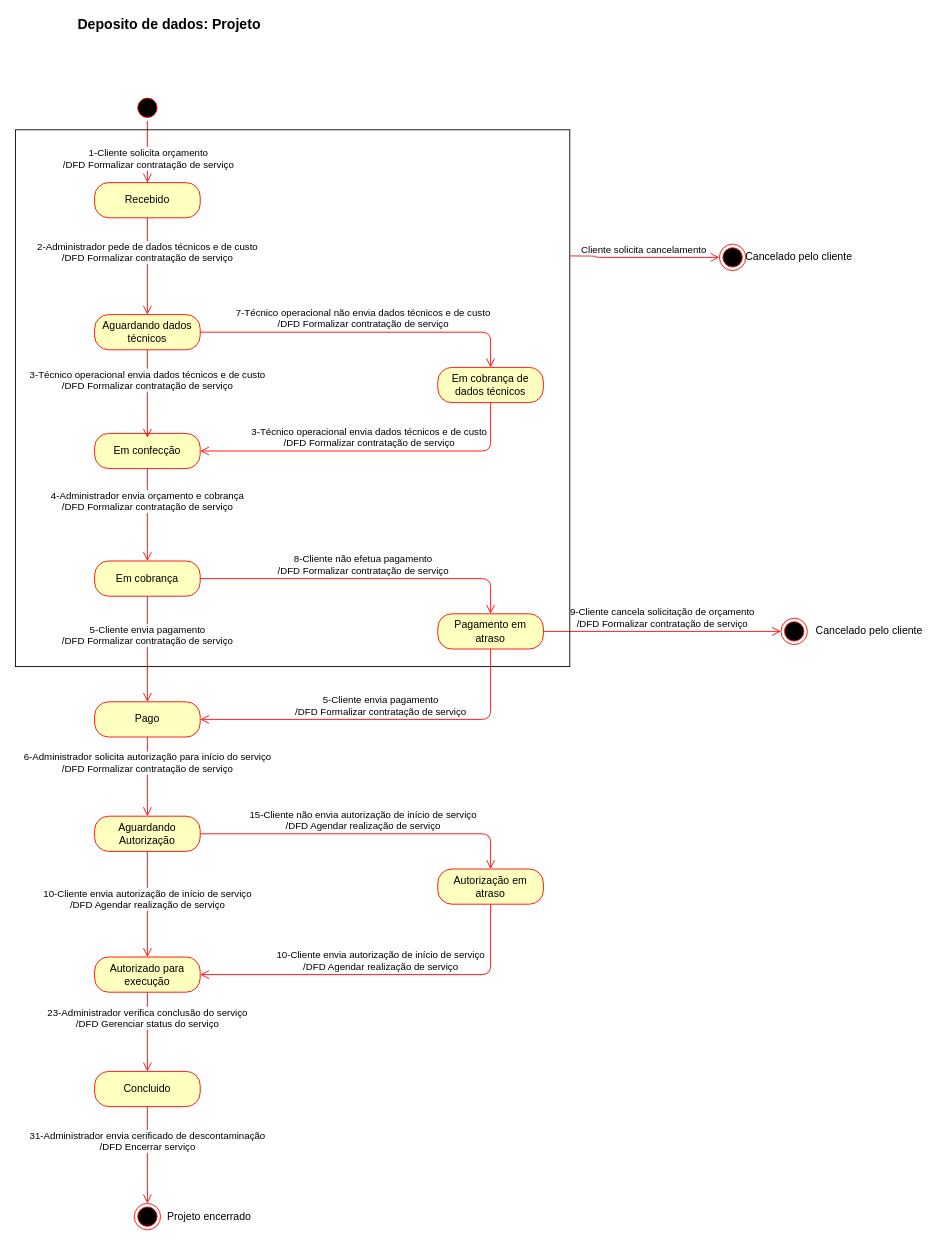
The draw.io diagram page "Projeto" (1 of 3) of 21 - Análise do ciclo de vida.drawio in somosafsociety/Eng-Soft-EC2A, before the edit. Source tidied: cells renumbered, new cells numbered last; positions are measured from the earlier drawing's top-left corner, leaving out a move shared by most shapes. Both pictures are drawn from the tidied source at 88%, with x=0, y=0 at pixel (15, 15).
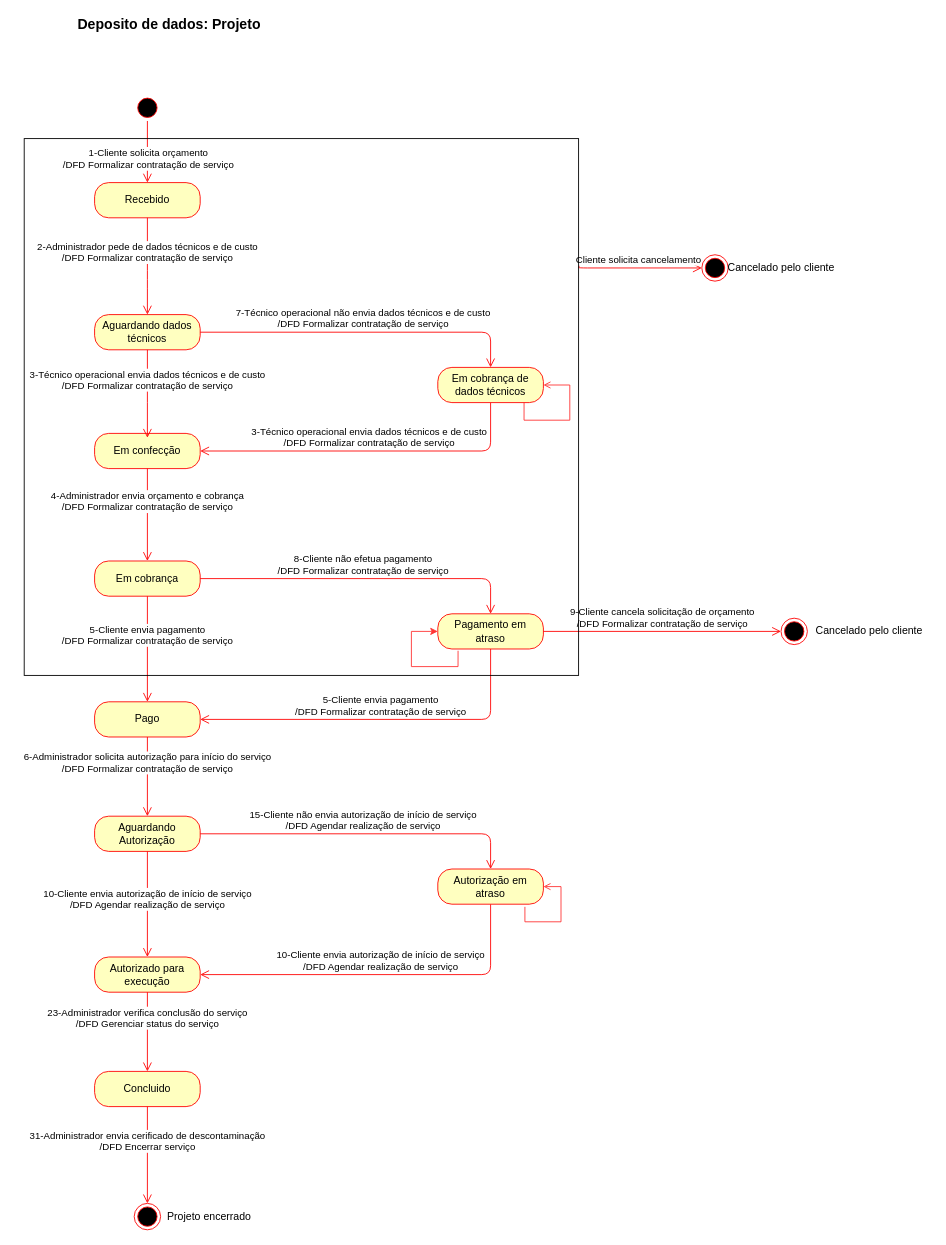
The same diagram, later.

The change refers to these unchanged cells:
```xml
<mxCell id="10" style="ellipse;html=1;shape=endState;fillColor=#000000;strokeColor=#ff0000;" parent="9" vertex="1">
  <mxGeometry width="30" height="30" as="geometry" />
</mxCell>
<mxCell id="29" value="Em cobrança de dados técnicos" style="rounded=1;whiteSpace=wrap;html=1;arcSize=40;fontColor=#000000;fillColor=#ffffc0;strokeColor=#ff0000;" parent="1" vertex="1">
  <mxGeometry x="480" y="400" width="120" height="40" as="geometry" />
</mxCell>
<mxCell id="33" value="Pagamento em atraso" style="rounded=1;whiteSpace=wrap;html=1;arcSize=40;fontColor=#000000;fillColor=#ffffc0;strokeColor=#ff0000;" parent="1" vertex="1">
  <mxGeometry x="480" y="680" width="120" height="40" as="geometry" />
</mxCell>
<mxCell id="40" value="Autorização em atraso" style="rounded=1;whiteSpace=wrap;html=1;arcSize=40;fontColor=#000000;fillColor=#ffffc0;strokeColor=#ff0000;" parent="1" vertex="1">
  <mxGeometry x="480" y="970" width="120" height="40" as="geometry" />
</mxCell>
```

Change to the diagram source:
```diff
@@
     <mxCell id="9" style="group;" parent="1" vertex="1">
-      <mxGeometry x="800" y="260" width="160" height="30" as="geometry" />
+      <mxGeometry x="780" y="272" width="160" height="30" as="geometry" />
     </mxCell>
@@
     <mxCell id="12" value="Cliente solicita cancelamento" style="edgeStyle=orthogonalEdgeStyle;html=1;verticalAlign=bottom;endArrow=open;endSize=8;strokeColor=#ff0000;entryX=0;entryY=0.5;entryDx=0;entryDy=0;exitX=1.001;exitY=0.235;exitDx=0;exitDy=0;exitPerimeter=0;" parent="1" edge="1" source="41" target="10">
       <mxGeometry relative="1" as="geometry">
         <Array as="points">
-          <mxPoint x="660" y="273" />
-          <mxPoint x="660" y="275" />
+          <mxPoint x="640" y="285" />
+          <mxPoint x="640" y="287" />
         </Array>
       </mxGeometry>
     </mxCell>
@@
+    <mxCell id="43" style="edgeStyle=orthogonalEdgeStyle;rounded=0;orthogonalLoop=1;jettySize=auto;html=1;entryX=0.817;entryY=1;entryDx=0;entryDy=0;entryPerimeter=0;exitX=1;exitY=0.5;exitDx=0;exitDy=0;strokeColor=#FF3333;endArrow=none;endFill=0;startArrow=open;startFill=0;" parent="1" edge="1" source="29" target="29">
+      <mxGeometry relative="1" as="geometry">
+        <Array as="points">
+          <mxPoint x="630" y="420" />
+          <mxPoint x="630" y="460" />
+          <mxPoint x="578" y="460" />
+        </Array>
+      </mxGeometry>
+    </mxCell>
@@
+    <mxCell id="44" style="edgeStyle=orthogonalEdgeStyle;rounded=0;orthogonalLoop=1;jettySize=auto;html=1;endArrow=none;endFill=0;strokeColor=#FF3333;entryX=0.192;entryY=1.05;entryDx=0;entryDy=0;entryPerimeter=0;exitX=0;exitY=0.5;exitDx=0;exitDy=0;startArrow=classic;startFill=1;" parent="1" edge="1" source="33" target="33">
+      <mxGeometry relative="1" as="geometry">
+        <Array as="points">
+          <mxPoint x="450" y="700" />
+          <mxPoint x="450" y="740" />
+          <mxPoint x="503" y="740" />
+        </Array>
+      </mxGeometry>
+    </mxCell>
@@
+    <mxCell id="45" style="edgeStyle=orthogonalEdgeStyle;rounded=0;orthogonalLoop=1;jettySize=auto;html=1;endArrow=none;endFill=0;strokeColor=#FF3333;entryX=0.825;entryY=1.075;entryDx=0;entryDy=0;entryPerimeter=0;startArrow=open;startFill=0;" parent="1" edge="1" source="40" target="40">
+      <mxGeometry relative="1" as="geometry">
+        <Array as="points">
+          <mxPoint x="620" y="990" />
+          <mxPoint x="620" y="1030" />
+          <mxPoint x="579" y="1030" />
+        </Array>
+      </mxGeometry>
+    </mxCell>
@@
     <mxCell id="41" style="rounded=0;whiteSpace=wrap;html=1;strokeColor=#000000;fillColor=none;" parent="1" vertex="1">
-      <mxGeometry y="130" width="630" height="610" as="geometry" />
+      <mxGeometry x="10" y="140" width="630" height="610" as="geometry" />
     </mxCell>
```
